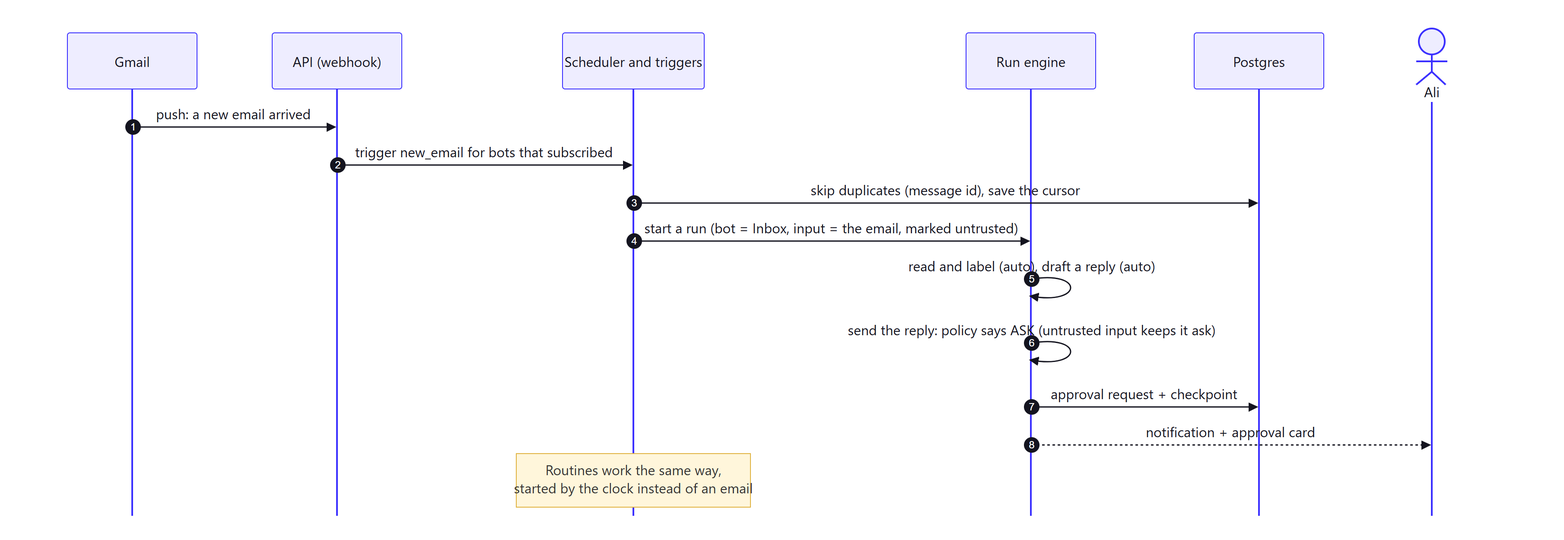
This is docs/architecture/diagrams/png/06-trigger-sequence.png from alihassan-coder/botdesk, a Mermaid export, as it was before one commit. Its source is kept beside it as docs/architecture/diagrams/06-trigger-sequence.mmd. Its diagram source:
```mermaid
sequenceDiagram
  autonumber
  participant G as Gmail
  participant API as API (webhook)
  participant SCH as Scheduler and triggers
  participant RUN as Run engine
  participant DB as Postgres
  actor Ali as Ali
  G->>API: push: a new email arrived
  API->>SCH: trigger new_email for bots that subscribed
  SCH->>DB: skip duplicates (message id), save the cursor
  SCH->>RUN: start a run (bot = Inbox, input = the email, marked untrusted)
  RUN->>RUN: read and label (auto), draft a reply (auto)
  RUN->>RUN: send the reply: policy says ASK (untrusted input keeps it ask)
  RUN->>DB: approval request + checkpoint
  RUN-->>Ali: notification + approval card
  Note over SCH: Routines work the same way,<br/>started by the clock instead of an email
```
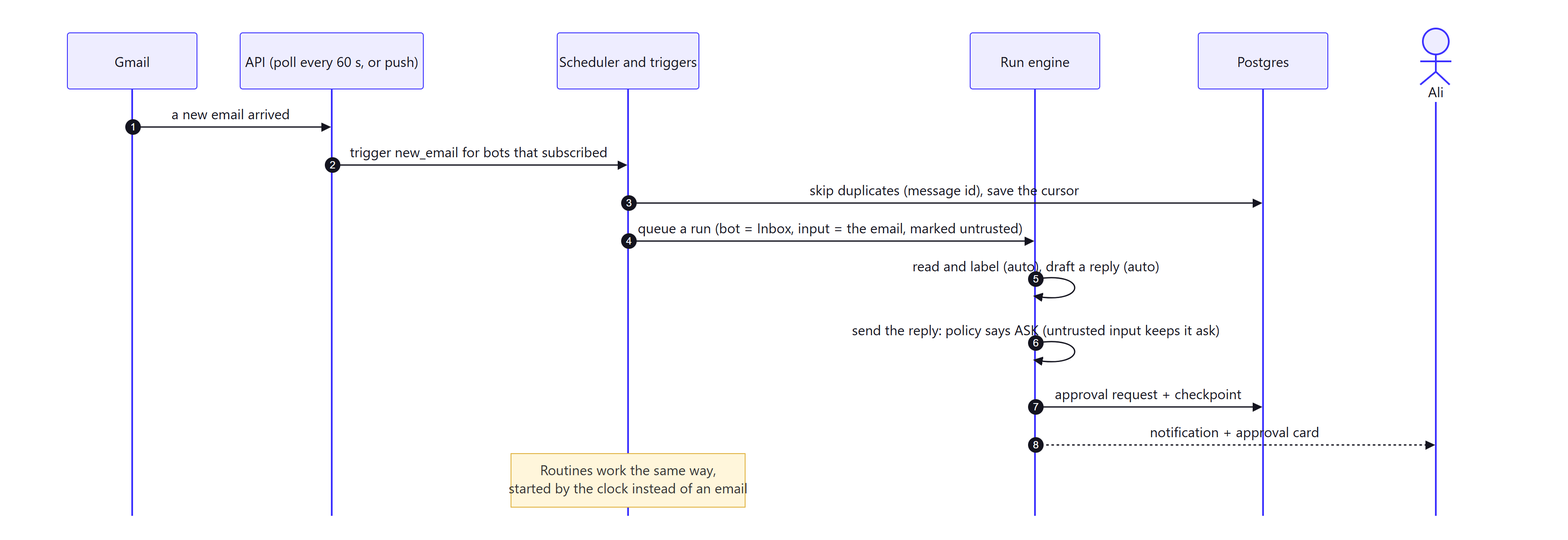
The same diagram one commit later.

The edit, as a diff of the source:
```diff
@@ -1,15 +1,15 @@
 sequenceDiagram
   autonumber
   participant G as Gmail
-  participant API as API (webhook)
+  participant API as API (poll every 60 s, or push)
   participant SCH as Scheduler and triggers
   participant RUN as Run engine
   participant DB as Postgres
   actor Ali as Ali
-  G->>API: push: a new email arrived
+  G->>API: a new email arrived
   API->>SCH: trigger new_email for bots that subscribed
   SCH->>DB: skip duplicates (message id), save the cursor
-  SCH->>RUN: start a run (bot = Inbox, input = the email, marked untrusted)
+  SCH->>RUN: queue a run (bot = Inbox, input = the email, marked untrusted)
   RUN->>RUN: read and label (auto), draft a reply (auto)
   RUN->>RUN: send the reply: policy says ASK (untrusted input keeps it ask)
   RUN->>DB: approval request + checkpoint
```
